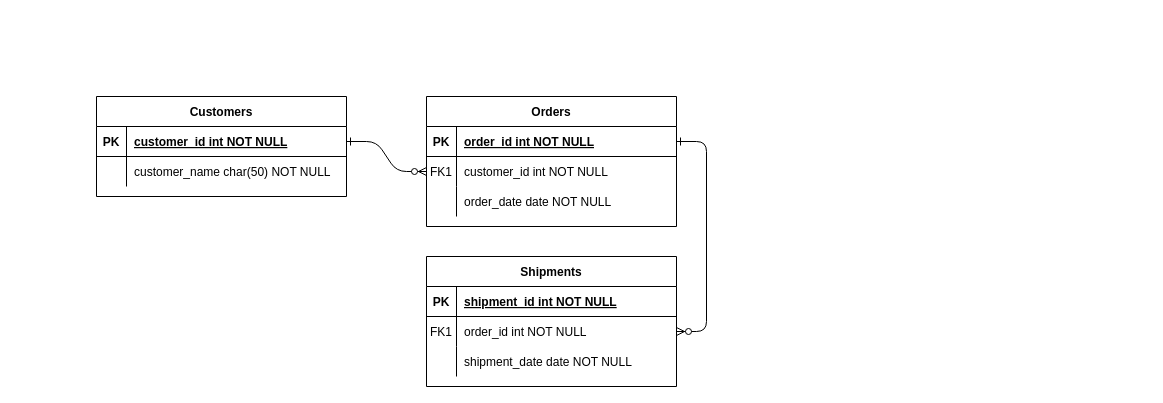
NhanZilla/-Character-Makishima-Shogo keeps this draw.io diagram as Diagram_Makishima Shogo.drawio. Above is the earlier version. Source tidied: cells renumbered, new cells numbered last; positions are measured from the earlier drawing's top-left corner, leaving out a move shared by most shapes. Both pictures are drawn from the tidied source at 100%, with x=0, y=0 at pixel (96, 96).
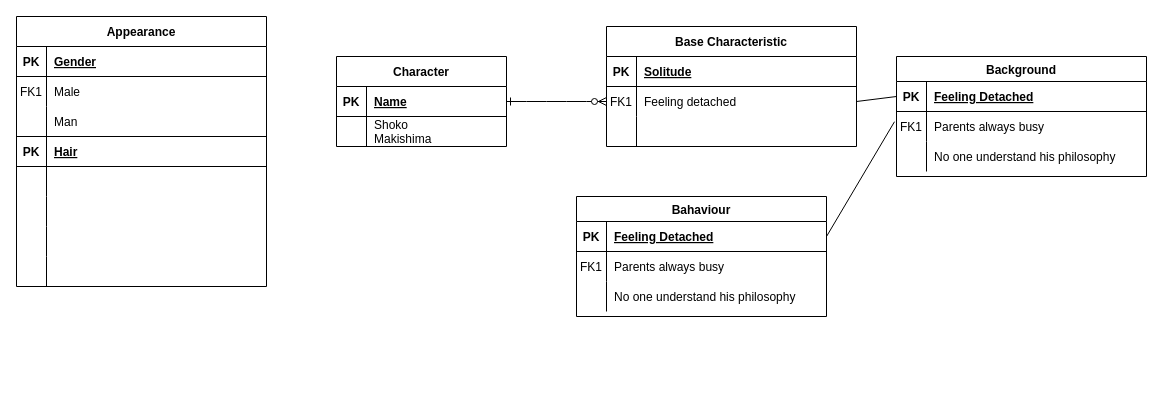
The same page after the edit.

Unchanged cells that the change refers to:
```xml
<mxCell id="5" style="shape=partialRectangle;fillColor=none;points=[[0,0.5],[1,0.5]];portConstraint=eastwest;top=0;left=0;right=0;bottom=1;" parent="4" vertex="1">
  <mxGeometry y="30" width="250" height="30" as="geometry" />
</mxCell>
<mxCell id="8" style="shape=partialRectangle;fillColor=none;points=[[0,0.5],[1,0.5]];portConstraint=eastwest;top=0;left=0;right=0;bottom=0;" parent="4" vertex="1">
  <mxGeometry y="60" width="250" height="30" as="geometry" />
</mxCell>
<mxCell id="11" style="shape=partialRectangle;fillColor=none;top=0;left=0;right=0;bottom=0;" parent="4" vertex="1">
  <mxGeometry y="90" width="250" height="30" as="geometry" />
</mxCell>
```

What changed in the source:
```diff
@@
-    <mxCell id="3" style="edgeStyle=entityRelationEdgeStyle;endArrow=ERzeroToMany;startArrow=ERone;endFill=1;startFill=0;" parent="1" edge="1" source="5" target="18">
-      <mxGeometry relative="1" as="geometry" />
-    </mxCell>
-    <mxCell id="4" value="Orders" style="shape=table;startSize=30;childLayout=tableLayout;rowLines=0;fontStyle=1;align=center;" parent="1" vertex="1">
-      <mxGeometry x="330" width="250" height="130" as="geometry" />
+    <mxCell id="4" value="Base Characteristic" style="shape=table;startSize=30;childLayout=tableLayout;rowLines=0;fontStyle=1;align=center;" parent="1" vertex="1">
+      <mxGeometry x="510" y="-70" width="250" height="120" as="geometry" />
     </mxCell>
@@
-    <mxCell id="7" value="order_id int NOT NULL " style="shape=partialRectangle;overflow=hidden;fillColor=none;top=0;left=0;bottom=0;right=0;align=left;spacingLeft=6;fontStyle=5;" parent="5" vertex="1">
+    <mxCell id="7" value="Solitude" style="shape=partialRectangle;overflow=hidden;fillColor=none;top=0;left=0;bottom=0;right=0;align=left;spacingLeft=6;fontStyle=5;" parent="5" vertex="1">
       <mxGeometry x="30" width="220" height="30" as="geometry" />
     </mxCell>
@@
-    <mxCell id="10" value="customer_id int NOT NULL" style="shape=partialRectangle;overflow=hidden;fillColor=none;top=0;left=0;bottom=0;right=0;align=left;spacingLeft=6;" parent="8" vertex="1">
+    <mxCell id="10" value="Feeling detached" style="shape=partialRectangle;overflow=hidden;fillColor=none;top=0;left=0;bottom=0;right=0;align=left;spacingLeft=6;" parent="8" vertex="1">
       <mxGeometry x="30" width="220" height="30" as="geometry" />
     </mxCell>
@@
-    <mxCell id="13" value="order_date date NOT NULL" style="shape=partialRectangle;overflow=hidden;fillColor=none;top=0;left=0;bottom=0;right=0;align=left;spacingLeft=6;" parent="11" vertex="1">
+    <mxCell id="13" style="shape=partialRectangle;overflow=hidden;fillColor=none;top=0;left=0;bottom=0;right=0;align=left;spacingLeft=6;" parent="11" vertex="1">
       <mxGeometry x="30" width="220" height="30" as="geometry" />
     </mxCell>
-    <mxCell id="14" value="Shipments" style="shape=table;startSize=30;childLayout=tableLayout;rowLines=0;fontStyle=1;align=center;" parent="1" vertex="1">
-      <mxGeometry x="330" y="160" width="250" height="130" as="geometry" />
-    </mxCell>
+    <mxCell id="31" value="Appearance" style="shape=table;startSize=30;childLayout=tableLayout;rowLines=0;fontStyle=1;align=center;" parent="1" vertex="1">
+      <mxGeometry x="-80" y="-80" width="250" height="270" as="geometry" />
+    </mxCell>
-    <mxCell id="15" style="shape=partialRectangle;fillColor=none;top=0;left=0;right=0;bottom=1;" parent="14" vertex="1">
+    <mxCell id="15" style="shape=partialRectangle;fillColor=none;top=0;left=0;right=0;bottom=1;" parent="31" vertex="1">
       <mxGeometry y="30" width="250" height="30" as="geometry" />
     </mxCell>
-    <mxCell id="16" value="PK" style="shape=partialRectangle;overflow=hidden;fillColor=none;top=0;left=0;bottom=0;right=0;fontStyle=1;" parent="15" vertex="1">
-      <mxGeometry width="30" height="30" as="geometry" />
-    </mxCell>
-    <mxCell id="17" value="shipment_id int NOT NULL " style="shape=partialRectangle;overflow=hidden;fillColor=none;top=0;left=0;bottom=0;right=0;align=left;spacingLeft=6;fontStyle=5;" parent="15" vertex="1">
-      <mxGeometry x="30" width="220" height="30" as="geometry" />
-    </mxCell>
+    <mxCell id="32" value="PK" style="shape=partialRectangle;overflow=hidden;fillColor=none;top=0;left=0;bottom=0;right=0;fontStyle=1;" parent="15" vertex="1">
+      <mxGeometry width="30" height="30" as="geometry" />
+    </mxCell>
+    <mxCell id="33" value="Gender" style="shape=partialRectangle;overflow=hidden;fillColor=none;top=0;left=0;bottom=0;right=0;align=left;spacingLeft=6;fontStyle=5;" parent="15" vertex="1">
+      <mxGeometry x="30" width="220" height="30" as="geometry" />
+    </mxCell>
-    <mxCell id="18" style="shape=partialRectangle;fillColor=none;points=[[0,0.5],[1,0.5]];portConstraint=eastwest;top=0;left=0;right=0;bottom=0;" parent="14" vertex="1">
+    <mxCell id="18" style="shape=partialRectangle;fillColor=none;points=[[0,0.5],[1,0.5]];portConstraint=eastwest;top=0;left=0;right=0;bottom=0;" parent="31" vertex="1">
       <mxGeometry y="60" width="250" height="30" as="geometry" />
     </mxCell>
-    <mxCell id="19" value="FK1" style="shape=partialRectangle;overflow=hidden;fillColor=none;top=0;left=0;bottom=0;right=0;" parent="18" vertex="1">
-      <mxGeometry width="30" height="30" as="geometry" />
-    </mxCell>
-    <mxCell id="20" value="order_id int NOT NULL" style="shape=partialRectangle;overflow=hidden;fillColor=none;top=0;left=0;bottom=0;right=0;align=left;spacingLeft=6;" parent="18" vertex="1">
-      <mxGeometry x="30" width="220" height="30" as="geometry" />
-    </mxCell>
+    <mxCell id="34" value="FK1" style="shape=partialRectangle;overflow=hidden;fillColor=none;top=0;left=0;bottom=0;right=0;" parent="18" vertex="1">
+      <mxGeometry width="30" height="30" as="geometry" />
+    </mxCell>
+    <mxCell id="35" value="Male" style="shape=partialRectangle;overflow=hidden;fillColor=none;top=0;left=0;bottom=0;right=0;align=left;spacingLeft=6;" parent="18" vertex="1">
+      <mxGeometry x="30" width="220" height="30" as="geometry" />
+    </mxCell>
-    <mxCell id="21" style="shape=partialRectangle;fillColor=none;top=0;left=0;right=0;bottom=0;" parent="14" vertex="1">
+    <mxCell id="21" style="shape=partialRectangle;fillColor=none;top=0;left=0;right=0;bottom=0;" parent="31" vertex="1">
       <mxGeometry y="90" width="250" height="30" as="geometry" />
     </mxCell>
-    <mxCell id="22" style="shape=partialRectangle;overflow=hidden;fillColor=none;top=0;left=0;bottom=0;right=0;" parent="21" vertex="1">
-      <mxGeometry width="30" height="30" as="geometry" />
-    </mxCell>
-    <mxCell id="23" value="shipment_date date NOT NULL" style="shape=partialRectangle;overflow=hidden;fillColor=none;top=0;left=0;bottom=0;right=0;align=left;spacingLeft=6;" parent="21" vertex="1">
-      <mxGeometry x="30" width="220" height="30" as="geometry" />
-    </mxCell>
+    <mxCell id="36" style="shape=partialRectangle;overflow=hidden;fillColor=none;top=0;left=0;bottom=0;right=0;strokeColor=default;" parent="21" vertex="1">
+      <mxGeometry width="30" height="30" as="geometry" />
+    </mxCell>
+    <mxCell id="37" value="Man" style="shape=partialRectangle;overflow=hidden;fillColor=none;top=0;left=0;bottom=0;right=0;align=left;spacingLeft=6;strokeColor=default;" parent="21" vertex="1">
+      <mxGeometry x="30" width="220" height="30" as="geometry" />
+    </mxCell>
+    <mxCell id="38" style="shape=partialRectangle;fillColor=none;points=[[0,0.5],[1,0.5]];portConstraint=eastwest;top=0;left=0;right=0;bottom=0;" parent="31" vertex="1">
+      <mxGeometry y="120" width="250" height="30" as="geometry" />
+    </mxCell>
+    <mxCell id="39" value="PK" style="shape=partialRectangle;overflow=hidden;fillColor=none;top=0;left=0;bottom=0;right=0;strokeColor=default;horizontal=1;fontStyle=1;" parent="38" vertex="1">
+      <mxGeometry width="30" height="30" as="geometry" />
+    </mxCell>
+    <mxCell id="40" value="Hair" style="shape=partialRectangle;overflow=hidden;fillColor=none;top=0;left=0;bottom=0;right=0;align=left;spacingLeft=6;strokeColor=default;fontStyle=5;" parent="38" vertex="1">
+      <mxGeometry x="30" width="220" height="30" as="geometry" />
+    </mxCell>
+    <mxCell id="41" style="shape=partialRectangle;fillColor=none;top=0;left=0;right=0;bottom=0;" parent="31" vertex="1">
+      <mxGeometry y="150" width="250" height="30" as="geometry" />
+    </mxCell>
+    <mxCell id="42" style="shape=partialRectangle;overflow=hidden;fillColor=none;top=0;left=0;bottom=0;right=0;strokeColor=default;horizontal=1;" parent="41" vertex="1">
+      <mxGeometry width="30" height="30" as="geometry" />
+    </mxCell>
+    <mxCell id="43" style="shape=partialRectangle;overflow=hidden;fillColor=none;top=0;left=0;bottom=0;right=0;align=left;spacingLeft=6;strokeColor=default;" parent="41" vertex="1">
+      <mxGeometry x="30" width="220" height="30" as="geometry" />
+    </mxCell>
+    <mxCell id="44" style="shape=partialRectangle;fillColor=none;top=0;left=0;right=0;bottom=0;" parent="31" vertex="1">
+      <mxGeometry y="180" width="250" height="30" as="geometry" />
+    </mxCell>
+    <mxCell id="45" style="shape=partialRectangle;overflow=hidden;fillColor=none;top=0;left=0;bottom=0;right=0;strokeColor=default;horizontal=1;" parent="44" vertex="1">
+      <mxGeometry width="30" height="30" as="geometry" />
+    </mxCell>
+    <mxCell id="46" style="shape=partialRectangle;overflow=hidden;fillColor=none;top=0;left=0;bottom=0;right=0;align=left;spacingLeft=6;strokeColor=default;" parent="44" vertex="1">
+      <mxGeometry x="30" width="220" height="30" as="geometry" />
+    </mxCell>
+    <mxCell id="47" style="shape=partialRectangle;fillColor=none;top=0;left=0;right=0;bottom=0;" parent="31" vertex="1">
+      <mxGeometry y="210" width="250" height="30" as="geometry" />
+    </mxCell>
+    <mxCell id="48" style="shape=partialRectangle;overflow=hidden;fillColor=none;top=0;left=0;bottom=0;right=0;strokeColor=default;horizontal=1;" parent="47" vertex="1">
+      <mxGeometry width="30" height="30" as="geometry" />
+    </mxCell>
+    <mxCell id="49" style="shape=partialRectangle;overflow=hidden;fillColor=none;top=0;left=0;bottom=0;right=0;align=left;spacingLeft=6;strokeColor=default;" parent="47" vertex="1">
+      <mxGeometry x="30" width="220" height="30" as="geometry" />
+    </mxCell>
+    <mxCell id="50" style="shape=partialRectangle;fillColor=none;top=0;left=0;right=0;bottom=0;" parent="31" vertex="1">
+      <mxGeometry y="240" width="250" height="30" as="geometry" />
+    </mxCell>
+    <mxCell id="51" style="shape=partialRectangle;overflow=hidden;fillColor=none;top=0;left=0;bottom=0;right=0;strokeColor=default;horizontal=1;" parent="50" vertex="1">
+      <mxGeometry width="30" height="30" as="geometry" />
+    </mxCell>
+    <mxCell id="52" style="shape=partialRectangle;overflow=hidden;fillColor=none;top=0;left=0;bottom=0;right=0;align=left;spacingLeft=6;strokeColor=default;" parent="50" vertex="1">
+      <mxGeometry x="30" width="220" height="30" as="geometry" />
+    </mxCell>
-    <mxCell id="24" value="Customers" style="shape=table;startSize=30;childLayout=tableLayout;rowLines=0;fontStyle=1;align=center;" parent="1" vertex="1">
-      <mxGeometry width="250" height="100" as="geometry" />
+    <mxCell id="24" value="Character" style="shape=table;startSize=30;childLayout=tableLayout;rowLines=0;fontStyle=1;align=center;" parent="1" vertex="1">
+      <mxGeometry x="240" y="-40" width="170" height="90" as="geometry" />
     </mxCell>
     <mxCell id="25" style="shape=partialRectangle;fillColor=none;points=[[0,0.5],[1,0.5]];portConstraint=eastwest;top=0;left=0;right=0;bottom=1;" parent="24" vertex="1">
-      <mxGeometry y="30" width="250" height="30" as="geometry" />
+      <mxGeometry y="30" width="170" height="30" as="geometry" />
     </mxCell>
@@
-    <mxCell id="27" value="customer_id int NOT NULL " style="shape=partialRectangle;overflow=hidden;fillColor=none;top=0;left=0;bottom=0;right=0;align=left;spacingLeft=6;fontStyle=5;" parent="25" vertex="1">
-      <mxGeometry x="30" width="220" height="30" as="geometry" />
+    <mxCell id="27" value="Name" style="shape=partialRectangle;overflow=hidden;fillColor=none;top=0;left=0;bottom=0;right=0;align=left;spacingLeft=6;fontStyle=5;" parent="25" vertex="1">
+      <mxGeometry x="30" width="140" height="30" as="geometry" />
     </mxCell>
     <mxCell id="28" style="shape=partialRectangle;fillColor=none;top=0;left=0;right=0;bottom=0;" parent="24" vertex="1">
-      <mxGeometry y="60" width="250" height="30" as="geometry" />
+      <mxGeometry y="60" width="170" height="30" as="geometry" />
     </mxCell>
@@
-    <mxCell id="30" value="customer_name char(50) NOT NULL" style="shape=partialRectangle;overflow=hidden;fillColor=none;top=0;left=0;bottom=0;right=0;align=left;spacingLeft=6;" parent="28" vertex="1">
-      <mxGeometry x="30" width="220" height="30" as="geometry" />
+    <mxCell id="30" value="Shoko&#10;Makishima" style="shape=partialRectangle;overflow=hidden;fillColor=none;top=0;left=0;bottom=0;right=0;align=left;spacingLeft=6;" parent="28" vertex="1">
+      <mxGeometry x="30" width="140" height="30" as="geometry" />
     </mxCell>
+    <mxCell id="53" style="endArrow=none;html=1;rounded=0;exitX=0;exitY=0;exitDx=0;exitDy=0;exitPerimeter=0;" parent="1" edge="1" source="38">
+      <mxGeometry relative="1" as="geometry">
+        <mxPoint x="170" y="40" as="targetPoint" />
+      </mxGeometry>
+    </mxCell>
+    <mxCell id="54" style="endArrow=none;html=1;rounded=0;exitX=0;exitY=0;exitDx=0;exitDy=0;exitPerimeter=0;" parent="1" edge="1">
+      <mxGeometry relative="1" as="geometry">
+        <mxPoint x="-80" y="70" as="sourcePoint" />
+        <mxPoint x="170" y="70" as="targetPoint" />
+      </mxGeometry>
+    </mxCell>
+    <mxCell id="55" value="Background" style="shape=table;startSize=25;childLayout=tableLayout;rowLines=0;fontStyle=1;align=center;" parent="1" vertex="1">
+      <mxGeometry x="800" y="-40" width="250" height="120" as="geometry" />
+    </mxCell>
+    <mxCell id="56" style="shape=partialRectangle;fillColor=none;points=[[0,0.5],[1,0.5]];portConstraint=eastwest;top=0;left=0;right=0;bottom=1;" parent="55" vertex="1">
+      <mxGeometry y="25" width="250" height="30" as="geometry" />
+    </mxCell>
+    <mxCell id="57" value="PK" style="shape=partialRectangle;overflow=hidden;fillColor=none;top=0;left=0;bottom=0;right=0;fontStyle=1;" parent="56" vertex="1">
+      <mxGeometry width="30" height="30" as="geometry" />
+    </mxCell>
+    <mxCell id="58" value="Feeling Detached" style="shape=partialRectangle;overflow=hidden;fillColor=none;top=0;left=0;bottom=0;right=0;align=left;spacingLeft=6;fontStyle=5;" parent="56" vertex="1">
+      <mxGeometry x="30" width="220" height="30" as="geometry" />
+    </mxCell>
+    <mxCell id="59" style="shape=partialRectangle;fillColor=none;points=[[0,0.5],[1,0.5]];portConstraint=eastwest;top=0;left=0;right=0;bottom=0;" parent="55" vertex="1">
+      <mxGeometry y="55" width="250" height="30" as="geometry" />
+    </mxCell>
+    <mxCell id="60" value="FK1" style="shape=partialRectangle;overflow=hidden;fillColor=none;top=0;left=0;bottom=0;right=0;" parent="59" vertex="1">
+      <mxGeometry width="30" height="30" as="geometry" />
+    </mxCell>
+    <mxCell id="61" value="Parents always busy    " style="shape=partialRectangle;overflow=hidden;fillColor=none;top=0;left=0;bottom=0;right=0;align=left;spacingLeft=6;" parent="59" vertex="1">
+      <mxGeometry x="30" width="220" height="30" as="geometry" />
+    </mxCell>
+    <mxCell id="62" style="shape=partialRectangle;fillColor=none;top=0;left=0;right=0;bottom=0;" parent="55" vertex="1">
+      <mxGeometry y="85" width="250" height="30" as="geometry" />
+    </mxCell>
+    <mxCell id="63" style="shape=partialRectangle;overflow=hidden;fillColor=none;top=0;left=0;bottom=0;right=0;" parent="62" vertex="1">
+      <mxGeometry width="30" height="30" as="geometry" />
+    </mxCell>
+    <mxCell id="64" value="No one understand his philosophy" style="shape=partialRectangle;overflow=hidden;fillColor=none;top=0;left=0;bottom=0;right=0;align=left;spacingLeft=6;" parent="62" vertex="1">
+      <mxGeometry x="30" width="220" height="30" as="geometry" />
+    </mxCell>
+    <mxCell id="65" style="endArrow=none;html=1;rounded=0;exitX=1;exitY=0.5;exitDx=0;exitDy=0;entryX=0;entryY=0.5;entryDx=0;entryDy=0;" parent="1" edge="1" source="8" target="56">
+      <mxGeometry relative="1" as="geometry" />
+    </mxCell>
+    <mxCell id="66" value="Bahaviour" style="shape=table;startSize=25;childLayout=tableLayout;rowLines=0;fontStyle=1;align=center;" parent="1" vertex="1">
+      <mxGeometry x="480" y="100" width="250" height="120" as="geometry" />
+    </mxCell>
+    <mxCell id="67" style="shape=partialRectangle;fillColor=none;points=[[0,0.5],[1,0.5]];portConstraint=eastwest;top=0;left=0;right=0;bottom=1;" parent="66" vertex="1">
+      <mxGeometry y="25" width="250" height="30" as="geometry" />
+    </mxCell>
+    <mxCell id="68" value="PK" style="shape=partialRectangle;overflow=hidden;fillColor=none;top=0;left=0;bottom=0;right=0;fontStyle=1;" parent="67" vertex="1">
+      <mxGeometry width="30" height="30" as="geometry" />
+    </mxCell>
+    <mxCell id="69" value="Feeling Detached" style="shape=partialRectangle;overflow=hidden;fillColor=none;top=0;left=0;bottom=0;right=0;align=left;spacingLeft=6;fontStyle=5;" parent="67" vertex="1">
+      <mxGeometry x="30" width="220" height="30" as="geometry" />
+    </mxCell>
+    <mxCell id="70" style="shape=partialRectangle;fillColor=none;top=0;left=0;right=0;bottom=0;" parent="66" vertex="1">
+      <mxGeometry y="55" width="250" height="30" as="geometry" />
+    </mxCell>
+    <mxCell id="71" value="FK1" style="shape=partialRectangle;overflow=hidden;fillColor=none;top=0;left=0;bottom=0;right=0;" parent="70" vertex="1">
+      <mxGeometry width="30" height="30" as="geometry" />
+    </mxCell>
+    <mxCell id="72" value="Parents always busy    " style="shape=partialRectangle;overflow=hidden;fillColor=none;top=0;left=0;bottom=0;right=0;align=left;spacingLeft=6;" parent="70" vertex="1">
+      <mxGeometry x="30" width="220" height="30" as="geometry" />
+    </mxCell>
+    <mxCell id="73" style="shape=partialRectangle;fillColor=none;top=0;left=0;right=0;bottom=0;" parent="66" vertex="1">
+      <mxGeometry y="85" width="250" height="30" as="geometry" />
+    </mxCell>
+    <mxCell id="74" style="shape=partialRectangle;overflow=hidden;fillColor=none;top=0;left=0;bottom=0;right=0;" parent="73" vertex="1">
+      <mxGeometry width="30" height="30" as="geometry" />
+    </mxCell>
+    <mxCell id="75" value="No one understand his philosophy" style="shape=partialRectangle;overflow=hidden;fillColor=none;top=0;left=0;bottom=0;right=0;align=left;spacingLeft=6;" parent="73" vertex="1">
+      <mxGeometry x="30" width="220" height="30" as="geometry" />
+    </mxCell>
+    <mxCell id="76" style="endArrow=none;html=1;rounded=0;entryX=-0.008;entryY=0.34;entryDx=0;entryDy=0;entryPerimeter=0;exitX=1;exitY=0.5;exitDx=0;exitDy=0;" parent="1" edge="1" source="67" target="59">
+      <mxGeometry relative="1" as="geometry" />
+    </mxCell>
```
